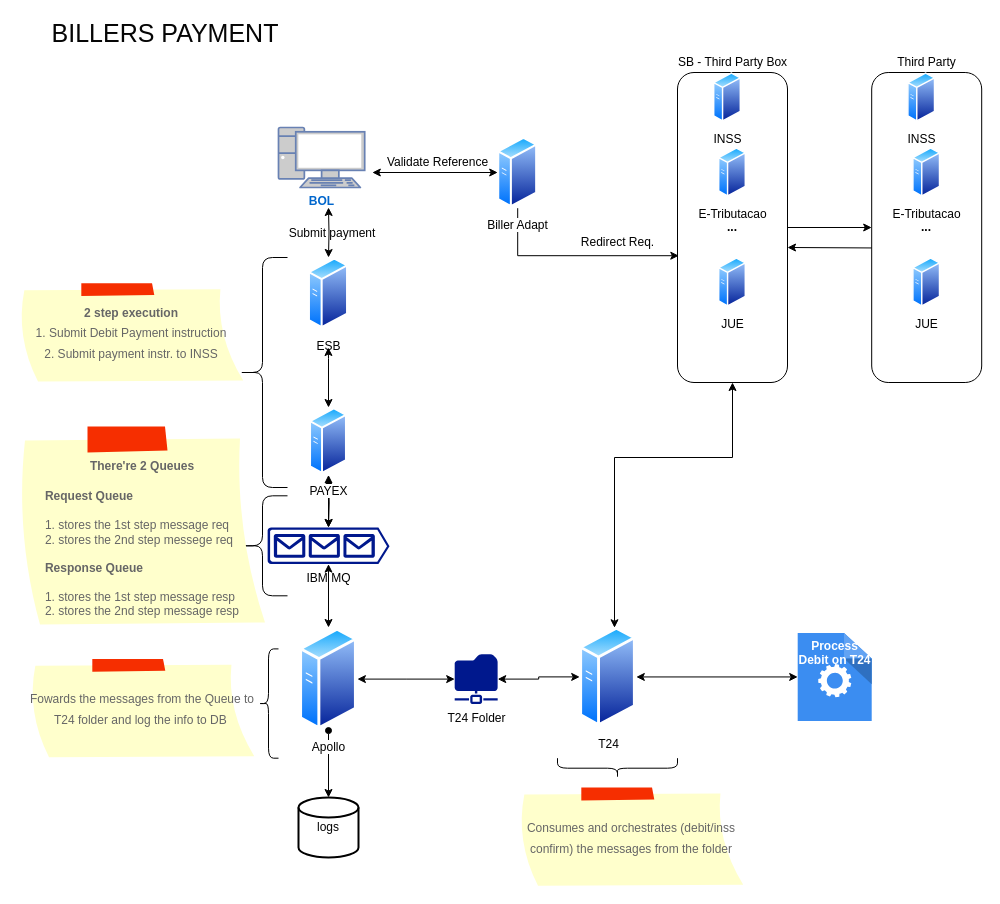
Before: page "Actual Arch" (1 of 2) of Untitled Diagram.drawio in Klaucio/aula, a draw.io diagram. Source tidied: cells renumbered, new cells numbered last; positions are measured from the earlier drawing's top-left corner, leaving out a move shared by most shapes. Both pictures are drawn from the tidied source at 100%, with x=0, y=0 at pixel (17, 17).
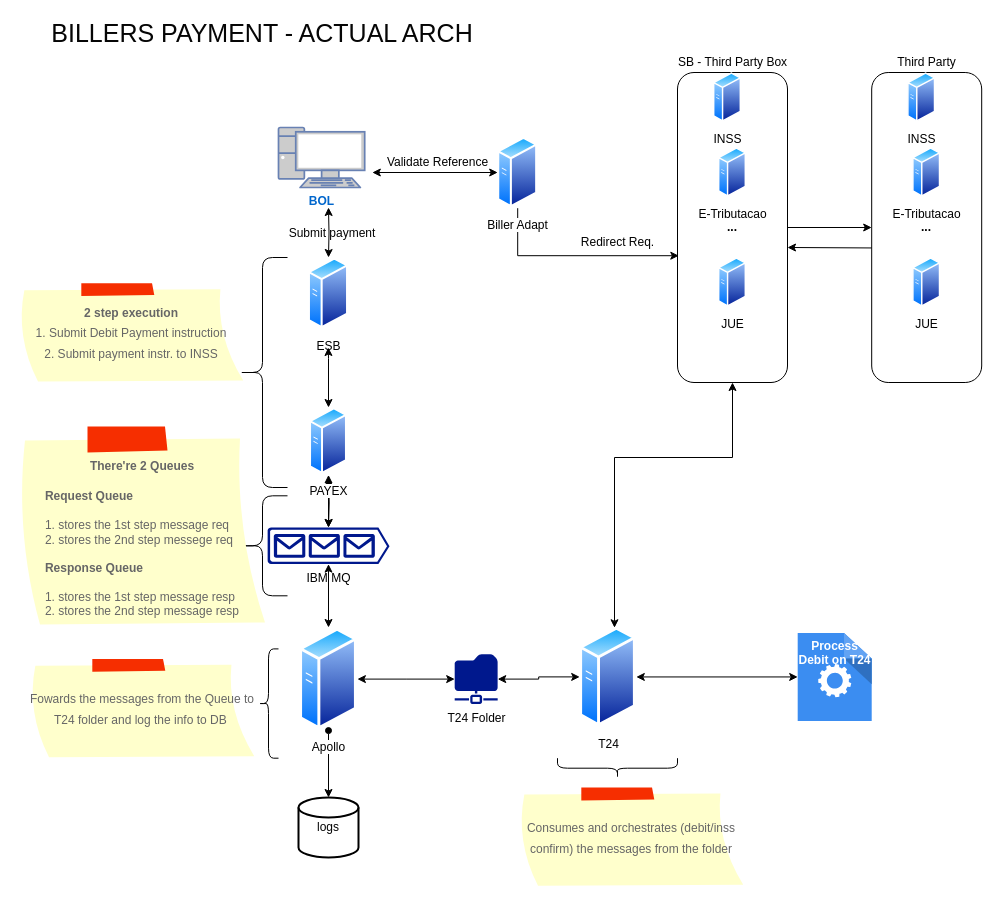
Above is the later version.

Diff of the diagram source:
```diff
@@
-    <mxCell id="31" value="&lt;font style=&quot;font-size: 25px;&quot; color=&quot;#050505&quot;&gt;BILLERS PAYMENT&lt;/font&gt;" style="text;html=1;strokeColor=none;fillColor=none;align=center;verticalAlign=middle;whiteSpace=wrap;rounded=0;fontColor=#FFFFFF;" parent="1" vertex="1">
-      <mxGeometry x="10" width="276" height="30" as="geometry" />
+    <mxCell id="31" value="&lt;font style=&quot;font-size: 25px;&quot; color=&quot;#050505&quot;&gt;BILLERS PAYMENT - ACTUAL ARCH&lt;/font&gt;" style="text;html=1;strokeColor=none;fillColor=none;align=center;verticalAlign=middle;whiteSpace=wrap;rounded=0;fontColor=#FFFFFF;" parent="1" vertex="1">
+      <mxGeometry x="10" width="470" height="30" as="geometry" />
     </mxCell>
```
